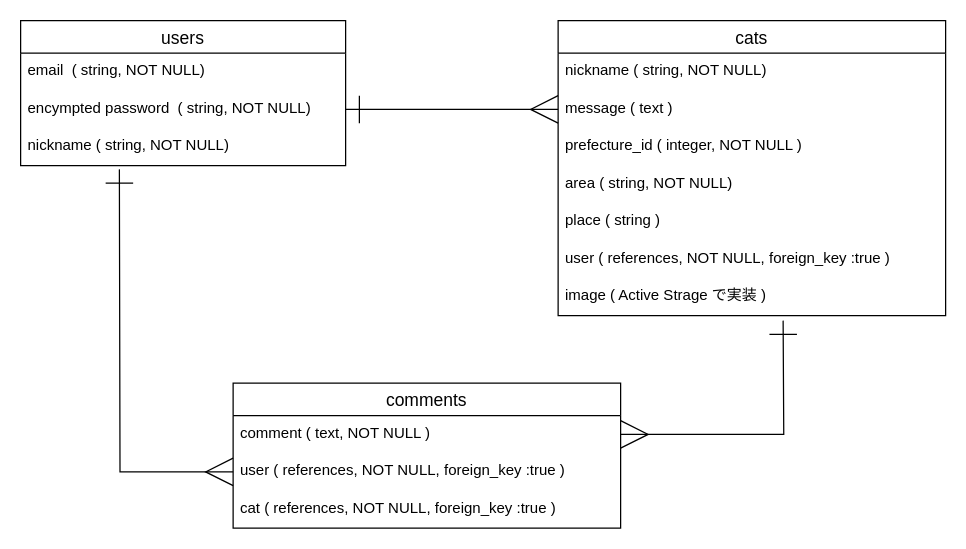
nyancho-inm/nya-king-map keeps this draw.io diagram as er.dio. Above is the earlier version. Source tidied: cells renumbered, new cells numbered last; positions are measured from the earlier drawing's top-left corner, leaving out a move shared by most shapes. Both pictures are drawn from the tidied source at 125%, with x=0, y=0 at pixel (20, 20).
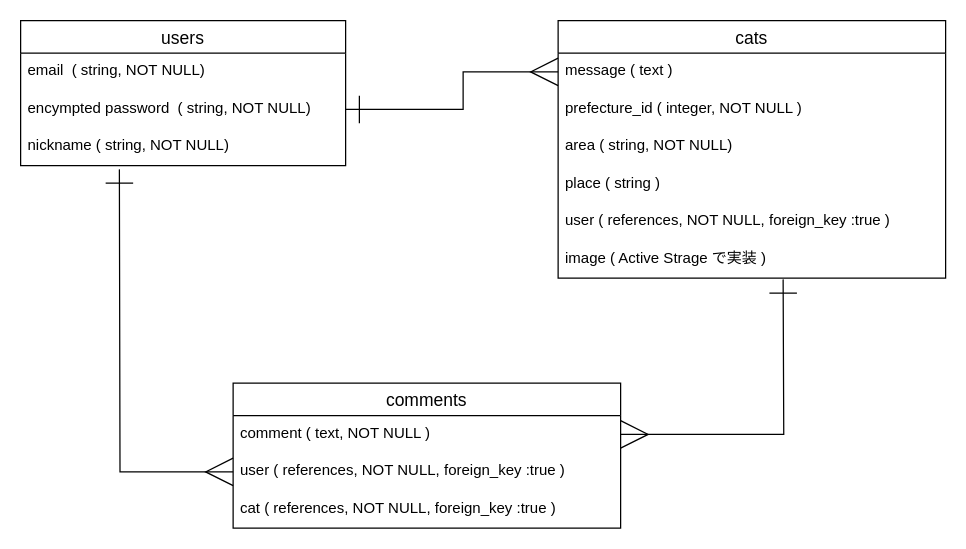
The same page after the edit.

Unchanged cells that the change refers to:
```xml
<mxCell id="4" value="encympted password  ( string, NOT NULL)&#10;" style="text;strokeColor=none;fillColor=none;spacingLeft=4;spacingRight=4;overflow=hidden;points=[[0,0.5],[1,0.5]];portConstraint=eastwest;fontSize=12;" parent="2" vertex="1">
  <mxGeometry y="56" width="260" height="30" as="geometry" />
</mxCell>
<mxCell id="15" value="comment ( text, NOT NULL )" style="text;strokeColor=none;fillColor=none;spacingLeft=4;spacingRight=4;overflow=hidden;points=[[0,0.5],[1,0.5]];portConstraint=eastwest;fontSize=12;" parent="14" vertex="1">
  <mxGeometry y="26" width="310" height="30" as="geometry" />
</mxCell>
```

The edit, as a diff of the source:
```diff
@@
     <mxCell id="6" value="cats" style="swimlane;fontStyle=0;horizontal=1;startSize=26;align=center;fontSize=14;" parent="1" vertex="1">
-      <mxGeometry x="430" width="310" height="236" as="geometry" />
+      <mxGeometry x="430" width="310" height="206" as="geometry" />
     </mxCell>
-    <mxCell id="7" value="nickname ( string, NOT NULL)&#10; " style="text;strokeColor=none;fillColor=none;spacingLeft=4;spacingRight=4;overflow=hidden;fontSize=12;" parent="6" vertex="1">
-      <mxGeometry y="26" width="310" height="30" as="geometry" />
-    </mxCell>
     <mxCell id="8" value="message ( text )" style="text;strokeColor=none;fillColor=none;spacingLeft=4;spacingRight=4;overflow=hidden;points=[[0,0.5],[1,0.5]];portConstraint=eastwest;fontSize=12;" parent="6" vertex="1">
-      <mxGeometry y="56" width="310" height="30" as="geometry" />
+      <mxGeometry y="26" width="310" height="30" as="geometry" />
     </mxCell>
     <mxCell id="9" value="prefecture_id ( integer, NOT NULL )" style="text;strokeColor=none;fillColor=none;spacingLeft=4;spacingRight=4;overflow=hidden;fontSize=12;" parent="6" vertex="1">
-      <mxGeometry y="86" width="310" height="30" as="geometry" />
+      <mxGeometry y="56" width="310" height="30" as="geometry" />
     </mxCell>
     <mxCell id="10" value="area ( string, NOT NULL)" style="text;strokeColor=none;fillColor=none;spacingLeft=4;spacingRight=4;overflow=hidden;fontSize=12;" parent="6" vertex="1">
-      <mxGeometry y="116" width="310" height="30" as="geometry" />
+      <mxGeometry y="86" width="310" height="30" as="geometry" />
     </mxCell>
     <mxCell id="11" value="place ( string )" style="text;strokeColor=none;fillColor=none;spacingLeft=4;spacingRight=4;overflow=hidden;fontSize=12;" parent="6" vertex="1">
-      <mxGeometry y="146" width="310" height="30" as="geometry" />
+      <mxGeometry y="116" width="310" height="30" as="geometry" />
     </mxCell>
     <mxCell id="12" value="user ( references, NOT NULL, foreign_key :true )" style="text;strokeColor=none;fillColor=none;spacingLeft=4;spacingRight=4;overflow=hidden;fontSize=12;" parent="6" vertex="1">
-      <mxGeometry y="176" width="310" height="30" as="geometry" />
+      <mxGeometry y="146" width="310" height="30" as="geometry" />
     </mxCell>
     <mxCell id="13" value="image ( Active Strage で実装 )" style="text;strokeColor=none;fillColor=none;spacingLeft=4;spacingRight=4;overflow=hidden;fontSize=12;" parent="6" vertex="1">
-      <mxGeometry y="206" width="310" height="30" as="geometry" />
+      <mxGeometry y="176" width="310" height="30" as="geometry" />
     </mxCell>
@@
     <mxCell id="18" style="edgeStyle=orthogonalEdgeStyle;rounded=0;jettySize=auto;html=1;exitX=1;exitY=0.5;exitDx=0;exitDy=0;startArrow=ERmany;startFill=0;endArrow=ERone;endFill=0;strokeWidth=1;startSize=20;endSize=20;" parent="1" edge="1" source="15">
       <mxGeometry relative="1" as="geometry">
-        <mxPoint x="610" y="240" as="targetPoint" />
+        <mxPoint x="610" y="207" as="targetPoint" />
       </mxGeometry>
     </mxCell>
     <mxCell id="19" style="edgeStyle=orthogonalEdgeStyle;rounded=0;jettySize=auto;html=1;exitX=1;exitY=0.5;exitDx=0;exitDy=0;entryX=0;entryY=0.5;entryDx=0;entryDy=0;startArrow=ERone;startFill=0;startSize=20;endArrow=ERmany;endFill=0;endSize=20;strokeWidth=1;" parent="1" edge="1" source="4" target="8">
-      <mxGeometry relative="1" as="geometry" />
+      <mxGeometry relative="1" as="geometry">
+        <Array as="points">
+          <mxPoint x="354" y="71" />
+          <mxPoint x="354" y="41" />
+        </Array>
+      </mxGeometry>
     </mxCell>
```
